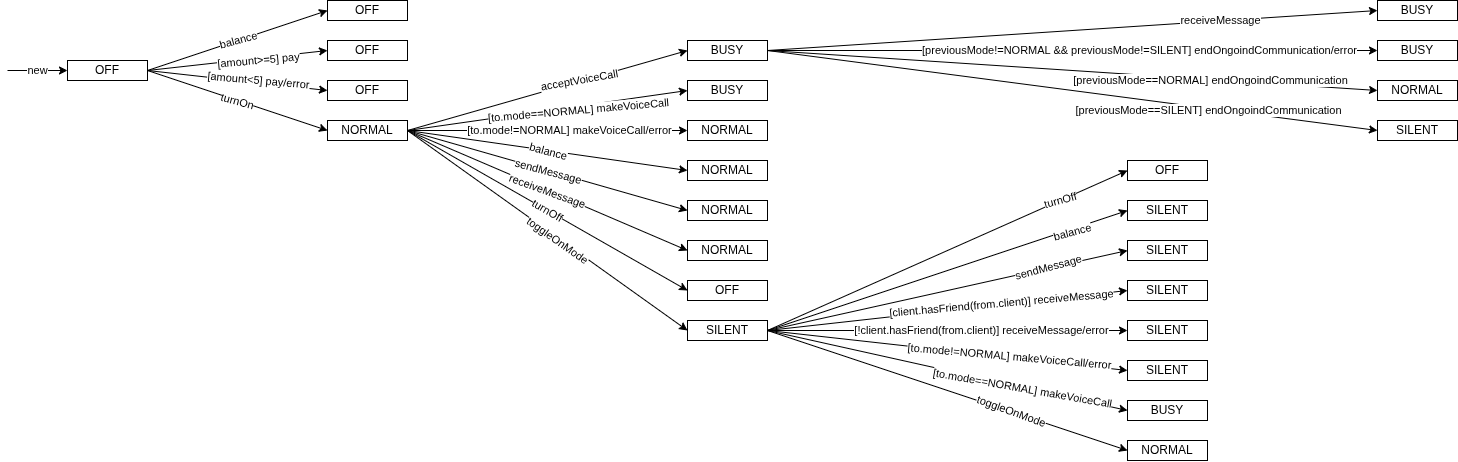
Earlier version of the draw.io export courses/stv/project/terminal_classScopeTest/transitionTree.png (ana-mc-almeida/meic). Source tidied: cells renumbered, new cells last; positions are measured from the earlier drawing's top-left corner, leaving out a move shared by most shapes.
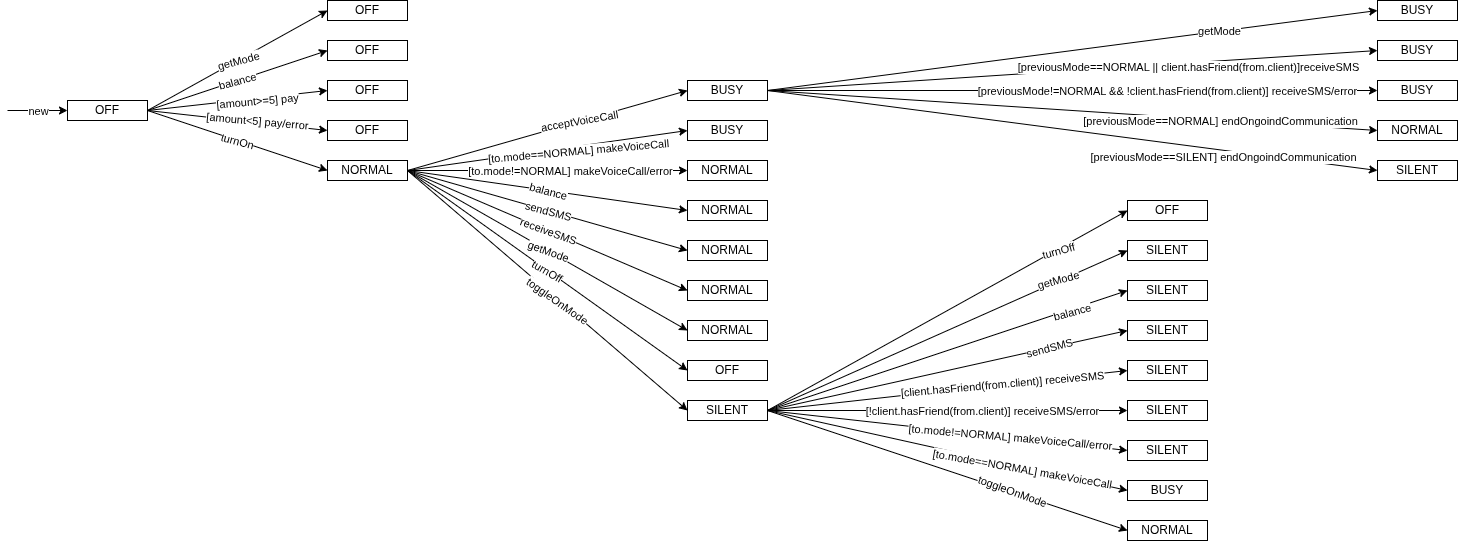
After the change.

Change to the diagram source:
```diff
@@ -7,8 +7,8 @@
     </mxCell>
-    <mxCell id="3" style="endArrow=classic;html=1;rounded=0;entryX=0;entryY=0.5;entryDx=0;entryDy=0;" parent="1" edge="1" target="2">
-      <mxGeometry relative="1" as="geometry">
-        <mxPoint y="70" as="sourcePoint" />
-      </mxGeometry>
-    </mxCell>
+    <mxCell id="77" style="endArrow=classic;html=1;rounded=0;entryX=0;entryY=0.5;entryDx=0;entryDy=0;" parent="1" edge="1" target="2">
+      <mxGeometry relative="1" as="geometry">
+        <mxPoint y="70" as="sourcePoint" />
+      </mxGeometry>
+    </mxCell>
-    <mxCell id="4" value="new" style="edgeLabel;html=1;align=center;verticalAlign=middle;" parent="3" vertex="1">
+    <mxCell id="4" value="new" style="edgeLabel;html=1;align=center;verticalAlign=middle;" parent="77" vertex="1">
       <mxGeometry relative="1" as="geometry" />
@@ -30,5 +30,5 @@
     </mxCell>
-    <mxCell id="10" value="balance" style="edgeLabel;html=1;align=center;verticalAlign=middle;rotation=-15;" parent="9" vertex="1">
-      <mxGeometry relative="1" as="geometry" />
-    </mxCell>
+    <mxCell id="78" value="balance" style="edgeLabel;html=1;align=center;verticalAlign=middle;rotation=-15;" parent="9" vertex="1">
+      <mxGeometry relative="1" as="geometry" />
+    </mxCell>
     <mxCell id="11" style="endArrow=classic;html=1;rounded=0;entryX=0;entryY=0.5;entryDx=0;entryDy=0;exitX=1;exitY=0.5;exitDx=0;exitDy=0;" parent="1" edge="1" source="2" target="6">
@@ -64,5 +64,5 @@
     </mxCell>
-    <mxCell id="20" value="OFF" style="rounded=0;whiteSpace=wrap;html=1;" parent="1" vertex="1">
-      <mxGeometry x="680" y="280" width="80" height="20" as="geometry" />
-    </mxCell>
+    <mxCell id="79" value="OFF" style="rounded=0;whiteSpace=wrap;html=1;" parent="1" vertex="1">
+      <mxGeometry x="680" y="320" width="80" height="20" as="geometry" />
+    </mxCell>
     <mxCell id="21" value="NORMAL" style="rounded=0;whiteSpace=wrap;html=1;" parent="1" vertex="1">
@@ -76,5 +76,5 @@
     </mxCell>
-    <mxCell id="24" value="SILENT" style="rounded=0;whiteSpace=wrap;html=1;" parent="1" vertex="1">
-      <mxGeometry x="680" y="320" width="80" height="20" as="geometry" />
-    </mxCell>
+    <mxCell id="80" value="SILENT" style="rounded=0;whiteSpace=wrap;html=1;" parent="1" vertex="1">
+      <mxGeometry x="680" y="360" width="80" height="20" as="geometry" />
+    </mxCell>
     <mxCell id="25" style="endArrow=classic;html=1;rounded=0;entryX=0;entryY=0.5;entryDx=0;entryDy=0;exitX=1;exitY=0.5;exitDx=0;exitDy=0;" parent="1" edge="1" source="8" target="17">
@@ -85,6 +85,6 @@
     </mxCell>
-    <mxCell id="27" style="endArrow=classic;html=1;rounded=0;entryX=0;entryY=0.5;entryDx=0;entryDy=0;exitX=1;exitY=0.5;exitDx=0;exitDy=0;" parent="1" edge="1" source="8" target="20">
-      <mxGeometry relative="1" as="geometry" />
-    </mxCell>
+    <mxCell id="81" style="endArrow=classic;html=1;rounded=0;entryX=0;entryY=0.5;entryDx=0;entryDy=0;exitX=1;exitY=0.5;exitDx=0;exitDy=0;" parent="1" edge="1" source="8" target="79">
+      <mxGeometry relative="1" as="geometry" />
+    </mxCell>
-    <mxCell id="28" value="turnOff" style="edgeLabel;html=1;align=center;verticalAlign=middle;rotation=30;" parent="27" vertex="1">
+    <mxCell id="28" value="turnOff" style="edgeLabel;html=1;align=center;verticalAlign=middle;rotation=30;" parent="81" vertex="1">
       <mxGeometry relative="1" as="geometry" />
@@ -94,5 +94,5 @@
     </mxCell>
-    <mxCell id="30" value="sendMessage" style="edgeLabel;html=1;align=center;verticalAlign=middle;rotation=15;" parent="29" vertex="1">
-      <mxGeometry relative="1" as="geometry" />
-    </mxCell>
+    <mxCell id="82" value="sendSMS" style="edgeLabel;html=1;align=center;verticalAlign=middle;rotation=15;" parent="29" vertex="1">
+      <mxGeometry relative="1" as="geometry" />
+    </mxCell>
     <mxCell id="31" style="endArrow=classic;html=1;rounded=0;entryX=0;entryY=0.5;entryDx=0;entryDy=0;exitX=1;exitY=0.5;exitDx=0;exitDy=0;" parent="1" edge="1" source="8" target="19">
@@ -100,5 +100,5 @@
     </mxCell>
-    <mxCell id="32" value="receiveMessage" style="edgeLabel;html=1;align=center;verticalAlign=middle;rotation=20;" parent="31" vertex="1">
-      <mxGeometry relative="1" as="geometry" />
-    </mxCell>
+    <mxCell id="83" value="receiveSMS" style="edgeLabel;html=1;align=center;verticalAlign=middle;rotation=20;" parent="31" vertex="1">
+      <mxGeometry relative="1" as="geometry" />
+    </mxCell>
     <mxCell id="33" style="endArrow=classic;html=1;rounded=0;entryX=0;entryY=0.5;entryDx=0;entryDy=0;exitX=1;exitY=0.5;exitDx=0;exitDy=0;" parent="1" edge="1" source="8" target="21">
@@ -127,6 +127,6 @@
     </mxCell>
-    <mxCell id="39" style="endArrow=classic;html=1;rounded=0;entryX=0;entryY=0.5;entryDx=0;entryDy=0;exitX=1;exitY=0.5;exitDx=0;exitDy=0;" parent="1" edge="1" source="8" target="24">
-      <mxGeometry relative="1" as="geometry" />
-    </mxCell>
+    <mxCell id="84" style="endArrow=classic;html=1;rounded=0;entryX=0;entryY=0.5;entryDx=0;entryDy=0;exitX=1;exitY=0.5;exitDx=0;exitDy=0;" parent="1" edge="1" source="8" target="80">
+      <mxGeometry relative="1" as="geometry" />
+    </mxCell>
-    <mxCell id="40" value="toggleOnMode" style="edgeLabel;html=1;align=center;verticalAlign=middle;rotation=35;" parent="39" vertex="1">
+    <mxCell id="40" value="toggleOnMode" style="edgeLabel;html=1;align=center;verticalAlign=middle;rotation=35;" parent="84" vertex="1">
       <mxGeometry relative="1" as="geometry">
@@ -150,7 +150,7 @@
     </mxCell>
-    <mxCell id="46" value="receiveMessage" style="edgeLabel;html=1;align=center;verticalAlign=middle;rotation=0;" parent="45" vertex="1">
-      <mxGeometry relative="1" as="geometry">
-        <mxPoint x="147" y="-10" as="offset" />
-      </mxGeometry>
-    </mxCell>
+    <mxCell id="85" value="[previousMode==NORMAL || client.hasFriend(from.client)]receiveSMS" style="edgeLabel;html=1;align=center;verticalAlign=middle;rotation=0;" parent="45" vertex="1">
+      <mxGeometry relative="1" as="geometry">
+        <mxPoint x="115" y="-4" as="offset" />
+      </mxGeometry>
+    </mxCell>
     <mxCell id="47" style="endArrow=classic;html=1;rounded=0;entryX=0;entryY=0.5;entryDx=0;entryDy=0;exitX=1;exitY=0.5;exitDx=0;exitDy=0;" parent="1" edge="1" source="22" target="41">
@@ -160,3 +160,3 @@
       <mxGeometry relative="1" as="geometry">
-        <mxPoint x="137" y="10" as="offset" />
+        <mxPoint x="147" y="10" as="offset" />
       </mxGeometry>
@@ -168,3 +168,3 @@
       <mxGeometry relative="1" as="geometry">
-        <mxPoint x="136" y="20" as="offset" />
+        <mxPoint x="151" y="26" as="offset" />
       </mxGeometry>
@@ -174,13 +174,13 @@
     </mxCell>
-    <mxCell id="52" value="[previousMode!=NORMAL &amp;amp;&amp;amp; previousMode!=SILENT] endOngoindCommunication/error" style="edgeLabel;html=1;align=center;verticalAlign=middle;rotation=0;" parent="51" vertex="1">
-      <mxGeometry relative="1" as="geometry">
-        <mxPoint x="67" as="offset" />
-      </mxGeometry>
-    </mxCell>
-    <mxCell id="53" value="SILENT" style="rounded=0;whiteSpace=wrap;html=1;" parent="1" vertex="1">
-      <mxGeometry x="1120" y="200" width="80" height="20" as="geometry" />
-    </mxCell>
-    <mxCell id="54" value="NORMAL" style="rounded=0;whiteSpace=wrap;html=1;" parent="1" vertex="1">
-      <mxGeometry x="1120" y="440" width="80" height="20" as="geometry" />
-    </mxCell>
+    <mxCell id="86" value="[previousMode!=NORMAL &amp;amp;&amp;amp; !client.hasFriend(from.client)] receiveSMS/error" style="edgeLabel;html=1;align=center;verticalAlign=middle;rotation=0;" parent="51" vertex="1">
+      <mxGeometry relative="1" as="geometry">
+        <mxPoint x="94" as="offset" />
+      </mxGeometry>
+    </mxCell>
+    <mxCell id="57" value="SILENT" style="rounded=0;whiteSpace=wrap;html=1;" parent="1" vertex="1">
+      <mxGeometry x="1120" y="240" width="80" height="20" as="geometry" />
+    </mxCell>
+    <mxCell id="87" value="NORMAL" style="rounded=0;whiteSpace=wrap;html=1;" parent="1" vertex="1">
+      <mxGeometry x="1120" y="480" width="80" height="20" as="geometry" />
+    </mxCell>
     <mxCell id="55" value="OFF" style="rounded=0;whiteSpace=wrap;html=1;" parent="1" vertex="1">
@@ -188,8 +188,11 @@
     </mxCell>
-    <mxCell id="56" value="BUSY" style="rounded=0;whiteSpace=wrap;html=1;" parent="1" vertex="1">
-      <mxGeometry x="1120" y="400" width="80" height="20" as="geometry" />
-    </mxCell>
-    <mxCell id="57" value="SILENT" style="rounded=0;whiteSpace=wrap;html=1;" parent="1" vertex="1">
-      <mxGeometry x="1120" y="240" width="80" height="20" as="geometry" />
-    </mxCell>
+    <mxCell id="88" value="BUSY" style="rounded=0;whiteSpace=wrap;html=1;" parent="1" vertex="1">
+      <mxGeometry x="1120" y="440" width="80" height="20" as="geometry" />
+    </mxCell>
+    <mxCell id="60" value="SILENT" style="rounded=0;whiteSpace=wrap;html=1;" parent="1" vertex="1">
+      <mxGeometry x="1120" y="280" width="80" height="20" as="geometry" />
+    </mxCell>
+    <mxCell id="89" value="SILENT" style="rounded=0;whiteSpace=wrap;html=1;" parent="1" vertex="1">
+      <mxGeometry x="1120" y="400" width="80" height="20" as="geometry" />
+    </mxCell>
     <mxCell id="58" value="SILENT" style="rounded=0;whiteSpace=wrap;html=1;" parent="1" vertex="1">
@@ -200,41 +203,38 @@
     </mxCell>
-    <mxCell id="60" value="SILENT" style="rounded=0;whiteSpace=wrap;html=1;" parent="1" vertex="1">
-      <mxGeometry x="1120" y="280" width="80" height="20" as="geometry" />
-    </mxCell>
-    <mxCell id="61" style="endArrow=classic;html=1;rounded=0;entryX=0;entryY=0.5;entryDx=0;entryDy=0;exitX=1;exitY=0.5;exitDx=0;exitDy=0;" parent="1" edge="1" source="24" target="53">
-      <mxGeometry relative="1" as="geometry" />
-    </mxCell>
-    <mxCell id="62" value="balance" style="edgeLabel;html=1;align=center;verticalAlign=middle;rotation=-15;" parent="61" vertex="1">
-      <mxGeometry relative="1" as="geometry">
-        <mxPoint x="124" y="-38" as="offset" />
-      </mxGeometry>
-    </mxCell>
-    <mxCell id="63" style="endArrow=classic;html=1;rounded=0;entryX=0;entryY=0.5;entryDx=0;entryDy=0;exitX=1;exitY=0.5;exitDx=0;exitDy=0;" parent="1" edge="1" source="24" target="55">
-      <mxGeometry relative="1" as="geometry" />
-    </mxCell>
+    <mxCell id="90" style="endArrow=classic;html=1;rounded=0;entryX=0;entryY=0.5;entryDx=0;entryDy=0;exitX=1;exitY=0.5;exitDx=0;exitDy=0;" parent="1" edge="1" source="80" target="57">
+      <mxGeometry relative="1" as="geometry" />
+    </mxCell>
+    <mxCell id="91" value="balance" style="edgeLabel;html=1;align=center;verticalAlign=middle;rotation=-15;" parent="90" vertex="1">
+      <mxGeometry relative="1" as="geometry">
+        <mxPoint x="124" y="-38" as="offset" />
+      </mxGeometry>
+    </mxCell>
+    <mxCell id="92" style="endArrow=classic;html=1;rounded=0;entryX=0;entryY=0.5;entryDx=0;entryDy=0;exitX=1;exitY=0.5;exitDx=0;exitDy=0;" parent="1" edge="1" source="80" target="55">
+      <mxGeometry relative="1" as="geometry" />
+    </mxCell>
-    <mxCell id="64" value="turnOff" style="edgeLabel;html=1;align=center;verticalAlign=middle;rotation=-15;" parent="63" vertex="1">
+    <mxCell id="64" value="turnOff" style="edgeLabel;html=1;align=center;verticalAlign=middle;rotation=-15;" parent="92" vertex="1">
       <mxGeometry relative="1" as="geometry">
-        <mxPoint x="113" y="-50" as="offset" />
+        <mxPoint x="110" y="-60" as="offset" />
       </mxGeometry>
     </mxCell>
-    <mxCell id="65" style="endArrow=classic;html=1;rounded=0;entryX=0;entryY=0.5;entryDx=0;entryDy=0;exitX=1;exitY=0.5;exitDx=0;exitDy=0;" parent="1" edge="1" source="24" target="57">
-      <mxGeometry relative="1" as="geometry" />
-    </mxCell>
-    <mxCell id="66" value="sendMessage" style="edgeLabel;html=1;align=center;verticalAlign=middle;rotation=-15;" parent="65" vertex="1">
-      <mxGeometry relative="1" as="geometry">
-        <mxPoint x="101" y="-23" as="offset" />
-      </mxGeometry>
-    </mxCell>
-    <mxCell id="67" style="endArrow=classic;html=1;rounded=0;entryX=0;entryY=0.5;entryDx=0;entryDy=0;exitX=1;exitY=0.5;exitDx=0;exitDy=0;" parent="1" edge="1" source="24" target="60">
-      <mxGeometry relative="1" as="geometry" />
-    </mxCell>
-    <mxCell id="68" value="[client.hasFriend(from.client)] receiveMessage" style="edgeLabel;html=1;align=center;verticalAlign=middle;rotation=-5;" parent="67" vertex="1">
-      <mxGeometry relative="1" as="geometry">
-        <mxPoint x="54" y="-7" as="offset" />
-      </mxGeometry>
-    </mxCell>
-    <mxCell id="69" style="endArrow=classic;html=1;rounded=0;entryX=0;entryY=0.5;entryDx=0;entryDy=0;exitX=1;exitY=0.5;exitDx=0;exitDy=0;" parent="1" edge="1" source="24" target="58">
-      <mxGeometry relative="1" as="geometry" />
-    </mxCell>
+    <mxCell id="93" style="endArrow=classic;html=1;rounded=0;entryX=0;entryY=0.5;entryDx=0;entryDy=0;exitX=1;exitY=0.5;exitDx=0;exitDy=0;" parent="1" edge="1" source="80" target="60">
+      <mxGeometry relative="1" as="geometry" />
+    </mxCell>
+    <mxCell id="94" value="sendSMS" style="edgeLabel;html=1;align=center;verticalAlign=middle;rotation=-15;" parent="93" vertex="1">
+      <mxGeometry relative="1" as="geometry">
+        <mxPoint x="101" y="-23" as="offset" />
+      </mxGeometry>
+    </mxCell>
+    <mxCell id="95" style="endArrow=classic;html=1;rounded=0;entryX=0;entryY=0.5;entryDx=0;entryDy=0;exitX=1;exitY=0.5;exitDx=0;exitDy=0;" parent="1" edge="1" source="80" target="59">
+      <mxGeometry relative="1" as="geometry" />
+    </mxCell>
+    <mxCell id="96" value="[client.hasFriend(from.client)] receiveSMS" style="edgeLabel;html=1;align=center;verticalAlign=middle;rotation=-5;" parent="95" vertex="1">
+      <mxGeometry relative="1" as="geometry">
+        <mxPoint x="54" y="-7" as="offset" />
+      </mxGeometry>
+    </mxCell>
+    <mxCell id="97" style="endArrow=classic;html=1;rounded=0;entryX=0;entryY=0.5;entryDx=0;entryDy=0;exitX=1;exitY=0.5;exitDx=0;exitDy=0;" parent="1" edge="1" source="80" target="89">
+      <mxGeometry relative="1" as="geometry" />
+    </mxCell>
-    <mxCell id="70" value="[to.mode!=NORMAL] makeVoiceCall/error" style="edgeLabel;html=1;align=center;verticalAlign=middle;rotation=5;" parent="69" vertex="1">
+    <mxCell id="70" value="[to.mode!=NORMAL] makeVoiceCall/error" style="edgeLabel;html=1;align=center;verticalAlign=middle;rotation=5;" parent="97" vertex="1">
       <mxGeometry relative="1" as="geometry">
@@ -243,6 +243,6 @@
     </mxCell>
-    <mxCell id="71" style="endArrow=classic;html=1;rounded=0;entryX=0;entryY=0.5;entryDx=0;entryDy=0;exitX=1;exitY=0.5;exitDx=0;exitDy=0;" parent="1" edge="1" source="24" target="56">
-      <mxGeometry relative="1" as="geometry" />
-    </mxCell>
+    <mxCell id="98" style="endArrow=classic;html=1;rounded=0;entryX=0;entryY=0.5;entryDx=0;entryDy=0;exitX=1;exitY=0.5;exitDx=0;exitDy=0;" parent="1" edge="1" source="80" target="88">
+      <mxGeometry relative="1" as="geometry" />
+    </mxCell>
-    <mxCell id="72" value="[to.mode==NORMAL] makeVoiceCall" style="edgeLabel;html=1;align=center;verticalAlign=middle;rotation=10;" parent="71" vertex="1">
+    <mxCell id="72" value="[to.mode==NORMAL] makeVoiceCall" style="edgeLabel;html=1;align=center;verticalAlign=middle;rotation=10;" parent="98" vertex="1">
       <mxGeometry relative="1" as="geometry">
@@ -251,6 +251,6 @@
     </mxCell>
-    <mxCell id="73" style="endArrow=classic;html=1;rounded=0;entryX=0;entryY=0.5;entryDx=0;entryDy=0;exitX=1;exitY=0.5;exitDx=0;exitDy=0;" parent="1" edge="1" source="24" target="54">
-      <mxGeometry relative="1" as="geometry" />
-    </mxCell>
+    <mxCell id="99" style="endArrow=classic;html=1;rounded=0;entryX=0;entryY=0.5;entryDx=0;entryDy=0;exitX=1;exitY=0.5;exitDx=0;exitDy=0;" parent="1" edge="1" source="80" target="87">
+      <mxGeometry relative="1" as="geometry" />
+    </mxCell>
-    <mxCell id="74" value="toggleOnMode" style="edgeLabel;html=1;align=center;verticalAlign=middle;rotation=20;" parent="73" vertex="1">
+    <mxCell id="74" value="toggleOnMode" style="edgeLabel;html=1;align=center;verticalAlign=middle;rotation=20;" parent="99" vertex="1">
       <mxGeometry relative="1" as="geometry">
@@ -259,10 +259,50 @@
     </mxCell>
-    <mxCell id="75" style="endArrow=classic;html=1;rounded=0;entryX=0;entryY=0.5;entryDx=0;entryDy=0;exitX=1;exitY=0.5;exitDx=0;exitDy=0;" parent="1" edge="1" source="24" target="59">
-      <mxGeometry relative="1" as="geometry" />
-    </mxCell>
-    <mxCell id="76" value="[!client.hasFriend(from.client)] receiveMessage/error" style="edgeLabel;html=1;align=center;verticalAlign=middle;rotation=0;" parent="75" vertex="1">
-      <mxGeometry relative="1" as="geometry">
-        <mxPoint x="34" as="offset" />
-      </mxGeometry>
-    </mxCell>
+    <mxCell id="100" style="endArrow=classic;html=1;rounded=0;entryX=0;entryY=0.5;entryDx=0;entryDy=0;exitX=1;exitY=0.5;exitDx=0;exitDy=0;" parent="1" edge="1" source="80" target="58">
+      <mxGeometry relative="1" as="geometry" />
+    </mxCell>
+    <mxCell id="101" value="[!client.hasFriend(from.client)] receiveSMS/error" style="edgeLabel;html=1;align=center;verticalAlign=middle;rotation=0;" parent="100" vertex="1">
+      <mxGeometry relative="1" as="geometry">
+        <mxPoint x="34" as="offset" />
+      </mxGeometry>
+    </mxCell>
+    <mxCell id="102" value="OFF" style="rounded=0;whiteSpace=wrap;html=1;" parent="1" vertex="1">
+      <mxGeometry x="320" y="-40" width="80" height="20" as="geometry" />
+    </mxCell>
+    <mxCell id="103" style="endArrow=classic;html=1;rounded=0;entryX=0;entryY=0.5;entryDx=0;entryDy=0;exitX=1;exitY=0.5;exitDx=0;exitDy=0;" parent="1" edge="1" source="2" target="102">
+      <mxGeometry relative="1" as="geometry" />
+    </mxCell>
+    <mxCell id="104" value="getMode" style="edgeLabel;html=1;align=center;verticalAlign=middle;rotation=-15;" parent="103" vertex="1">
+      <mxGeometry relative="1" as="geometry" />
+    </mxCell>
+    <mxCell id="105" value="NORMAL" style="rounded=0;whiteSpace=wrap;html=1;" parent="1" vertex="1">
+      <mxGeometry x="680" y="280" width="80" height="20" as="geometry" />
+    </mxCell>
+    <mxCell id="106" style="endArrow=classic;html=1;rounded=0;entryX=0;entryY=0.5;entryDx=0;entryDy=0;exitX=1;exitY=0.5;exitDx=0;exitDy=0;" parent="1" edge="1" source="8" target="105">
+      <mxGeometry relative="1" as="geometry" />
+    </mxCell>
+    <mxCell id="107" value="getMode" style="edgeLabel;html=1;align=center;verticalAlign=middle;rotation=20;" parent="106" vertex="1">
+      <mxGeometry relative="1" as="geometry" />
+    </mxCell>
+    <mxCell id="53" value="SILENT" style="rounded=0;whiteSpace=wrap;html=1;" parent="1" vertex="1">
+      <mxGeometry x="1120" y="200" width="80" height="20" as="geometry" />
+    </mxCell>
+    <mxCell id="108" style="endArrow=classic;html=1;rounded=0;entryX=0;entryY=0.5;entryDx=0;entryDy=0;exitX=1;exitY=0.5;exitDx=0;exitDy=0;" parent="1" edge="1" source="80" target="53">
+      <mxGeometry relative="1" as="geometry" />
+    </mxCell>
+    <mxCell id="109" value="getMode" style="edgeLabel;html=1;align=center;verticalAlign=middle;rotation=-15;" parent="108" vertex="1">
+      <mxGeometry relative="1" as="geometry">
+        <mxPoint x="110" y="-50" as="offset" />
+      </mxGeometry>
+    </mxCell>
+    <mxCell id="110" value="BUSY" style="rounded=0;whiteSpace=wrap;html=1;" parent="1" vertex="1">
+      <mxGeometry x="1370" y="-40" width="80" height="20" as="geometry" />
+    </mxCell>
+    <mxCell id="111" style="endArrow=classic;html=1;rounded=0;entryX=0;entryY=0.5;entryDx=0;entryDy=0;exitX=1;exitY=0.5;exitDx=0;exitDy=0;" parent="1" edge="1" source="22" target="110">
+      <mxGeometry relative="1" as="geometry" />
+    </mxCell>
+    <mxCell id="112" value="getMode" style="edgeLabel;html=1;align=center;verticalAlign=middle;rotation=0;" parent="111" vertex="1">
+      <mxGeometry relative="1" as="geometry">
+        <mxPoint x="147" y="-20" as="offset" />
+      </mxGeometry>
+    </mxCell>
   </root>
```
